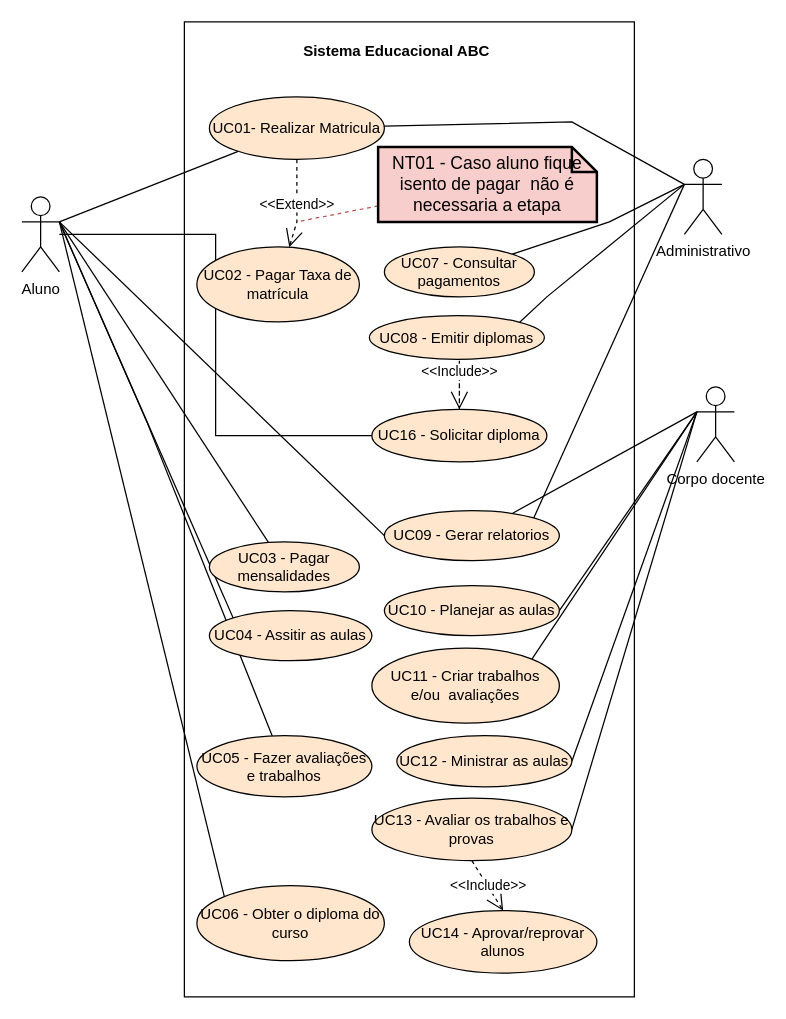
EAbeier/Analise-e-Modelagem-de-Sistemas keeps this draw.io diagram as CasoDeUso/Diagrama de caso de uso.drawio. Above is the earlier version. Source tidied: cells renumbered, new cells numbered last; positions are measured from the earlier drawing's top-left corner, leaving out a move shared by most shapes. Both pictures are drawn from the tidied source at 125%, with x=0, y=0 at pixel (21, 21).
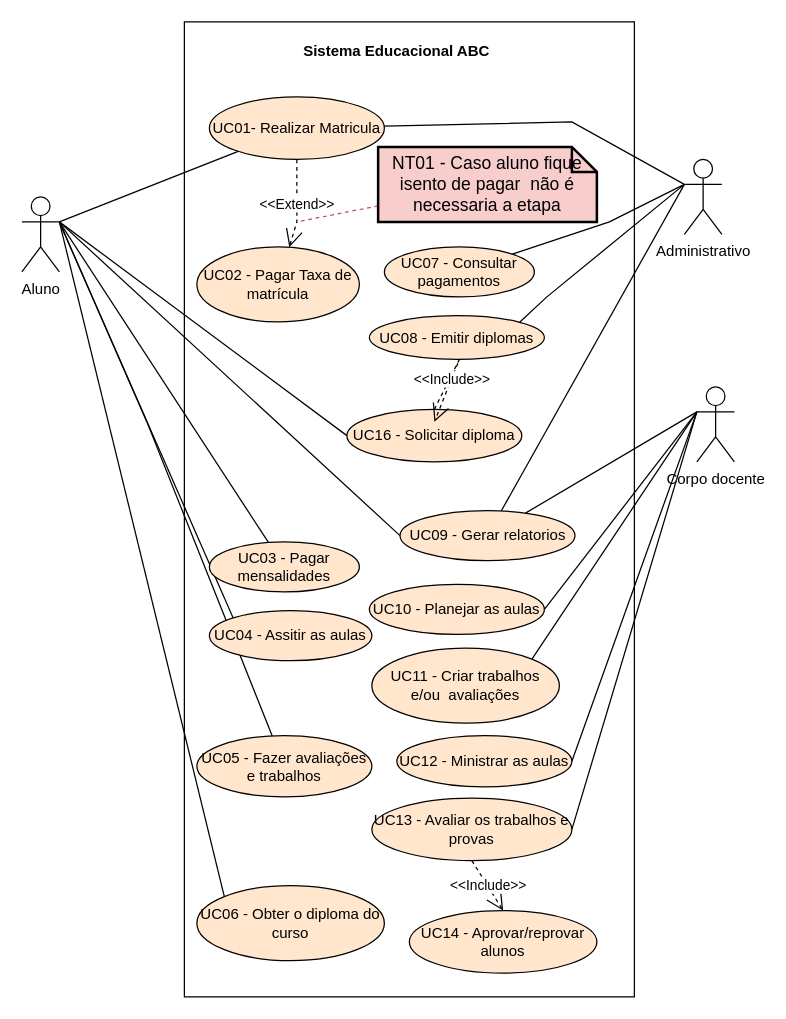
The same diagram, later.

The change refers to these unchanged cells:
```xml
<mxCell id="10" value="Aluno" style="shape=umlActor;verticalLabelPosition=bottom;verticalAlign=top;html=1;outlineConnect=0;" parent="1" vertex="1">
  <mxGeometry y="140" width="30" height="60" as="geometry" />
</mxCell>
<mxCell id="15" value="Administrativo" style="shape=umlActor;verticalLabelPosition=bottom;verticalAlign=top;html=1;outlineConnect=0;" parent="1" vertex="1">
  <mxGeometry x="530" y="110" width="30" height="60" as="geometry" />
</mxCell>
```

What changed in the source:
```diff
@@
-    <mxCell id="9" style="edgeStyle=orthogonalEdgeStyle;rounded=0;jettySize=auto;html=1;entryX=0;entryY=0.5;entryDx=0;entryDy=0;endArrow=none;endFill=0;" parent="1" edge="1" source="10" target="43">
-      <mxGeometry relative="1" as="geometry" />
+    <mxCell id="9" style="rounded=0;jettySize=auto;html=1;entryX=0;entryY=0.5;entryDx=0;entryDy=0;endArrow=none;endFill=0;" parent="1" edge="1" target="43">
+      <mxGeometry relative="1" as="geometry">
+        <mxPoint x="30" y="160" as="sourcePoint" />
+      </mxGeometry>
     </mxCell>
@@
-    <mxCell id="14" style="edgeStyle=none;rounded=0;jettySize=auto;html=1;entryX=1;entryY=0;entryDx=0;entryDy=0;endArrow=none;endFill=0;exitX=0;exitY=0.3333333333333333;exitDx=0;exitDy=0;exitPerimeter=0;" parent="1" edge="1" source="15" target="36">
+    <mxCell id="14" style="edgeStyle=none;rounded=0;jettySize=auto;html=1;endArrow=none;endFill=0;exitX=0;exitY=0.3333333333333333;exitDx=0;exitDy=0;exitPerimeter=0;" parent="1" edge="1" source="15" target="36">
       <mxGeometry relative="1" as="geometry" />
     </mxCell>
@@
     <mxCell id="28" value="UC10 - Planejar as aulas" style="ellipse;whiteSpace=wrap;html=1;strokeColor=#000000;fillColor=#ffe6cc;" parent="1" vertex="1">
-      <mxGeometry x="290" y="451" width="140" height="40" as="geometry" />
+      <mxGeometry x="278" y="450" width="140" height="40" as="geometry" />
     </mxCell>
@@
     <mxCell id="36" value="UC09 - Gerar relatorios" style="ellipse;whiteSpace=wrap;html=1;strokeColor=#000000;fillColor=#FFE6CC;" parent="1" vertex="1">
-      <mxGeometry x="290" y="391" width="140" height="40" as="geometry" />
+      <mxGeometry x="302.5" y="391" width="140" height="40" as="geometry" />
     </mxCell>
@@
     <mxCell id="43" value="UC16 - Solicitar diploma" style="ellipse;whiteSpace=wrap;html=1;strokeColor=#000000;fillColor=#FFE6CC;" parent="1" vertex="1">
-      <mxGeometry x="280" y="310" width="140" height="42" as="geometry" />
+      <mxGeometry x="260" y="310" width="140" height="42" as="geometry" />
     </mxCell>
     <mxCell id="44" value="&amp;lt;&amp;lt;Include&amp;gt;&amp;gt;" style="endArrow=open;endSize=12;dashed=1;html=1;rounded=0;exitX=0.5;exitY=0;exitDx=0;exitDy=0;" parent="1" edge="1" source="43">
       <mxGeometry x="0.25" relative="1" as="geometry">
-        <mxPoint x="350" y="310" as="targetPoint" />
+        <mxPoint x="330" y="320" as="targetPoint" />
         <Array as="points">
           <mxPoint x="350" y="270" />
         </Array>
       </mxGeometry>
     </mxCell>
```
